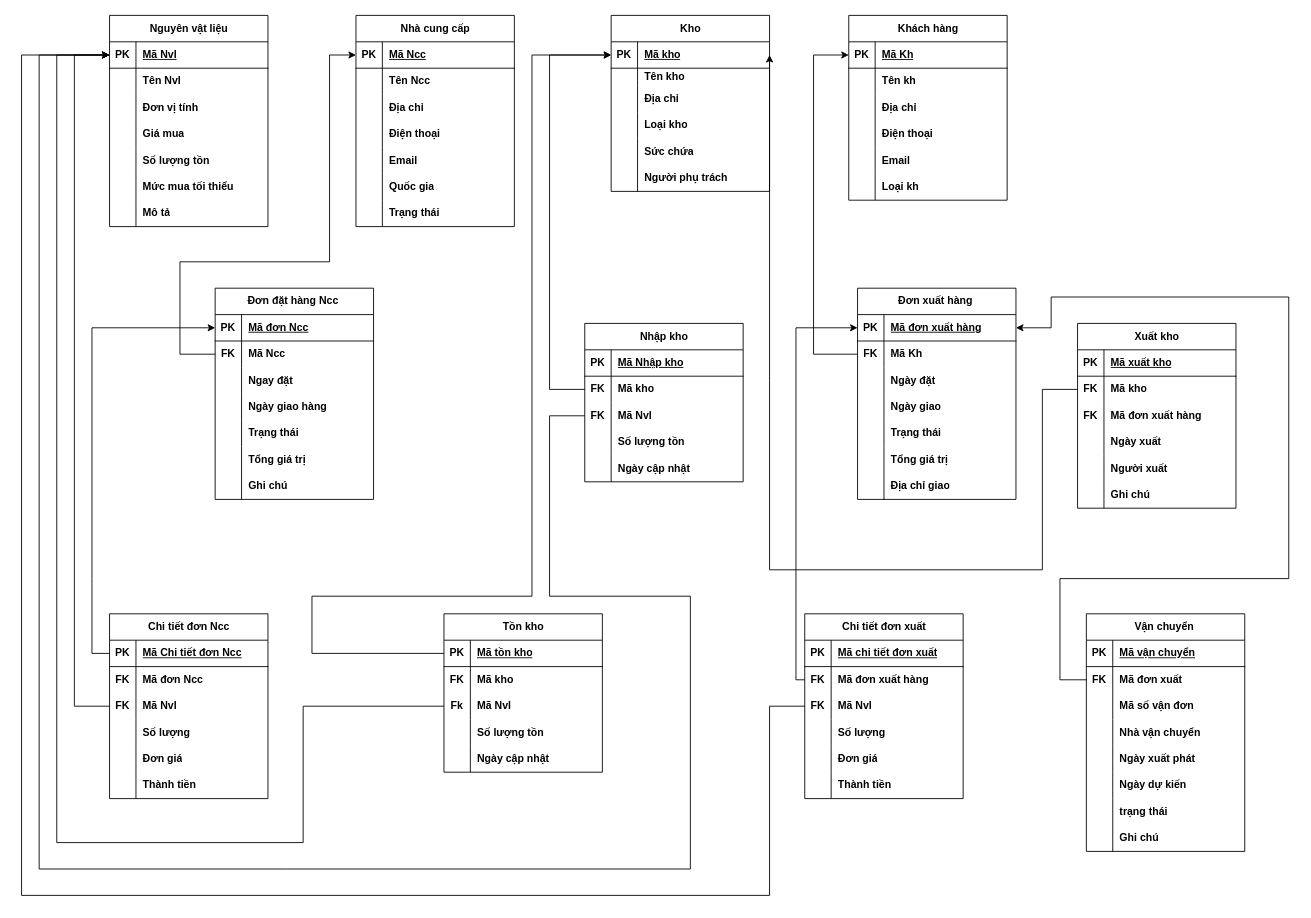
Before: Tuan/Mô hình quan hệ_RM.drawio in NVTUAN-681/BTL-CSDL, a draw.io diagram. Source tidied: cells renumbered, new cells numbered last; positions are measured from the earlier drawing's top-left corner, leaving out a move shared by most shapes. Both pictures are drawn from the tidied source at 88%, with x=0, y=0 at pixel (21, 15).
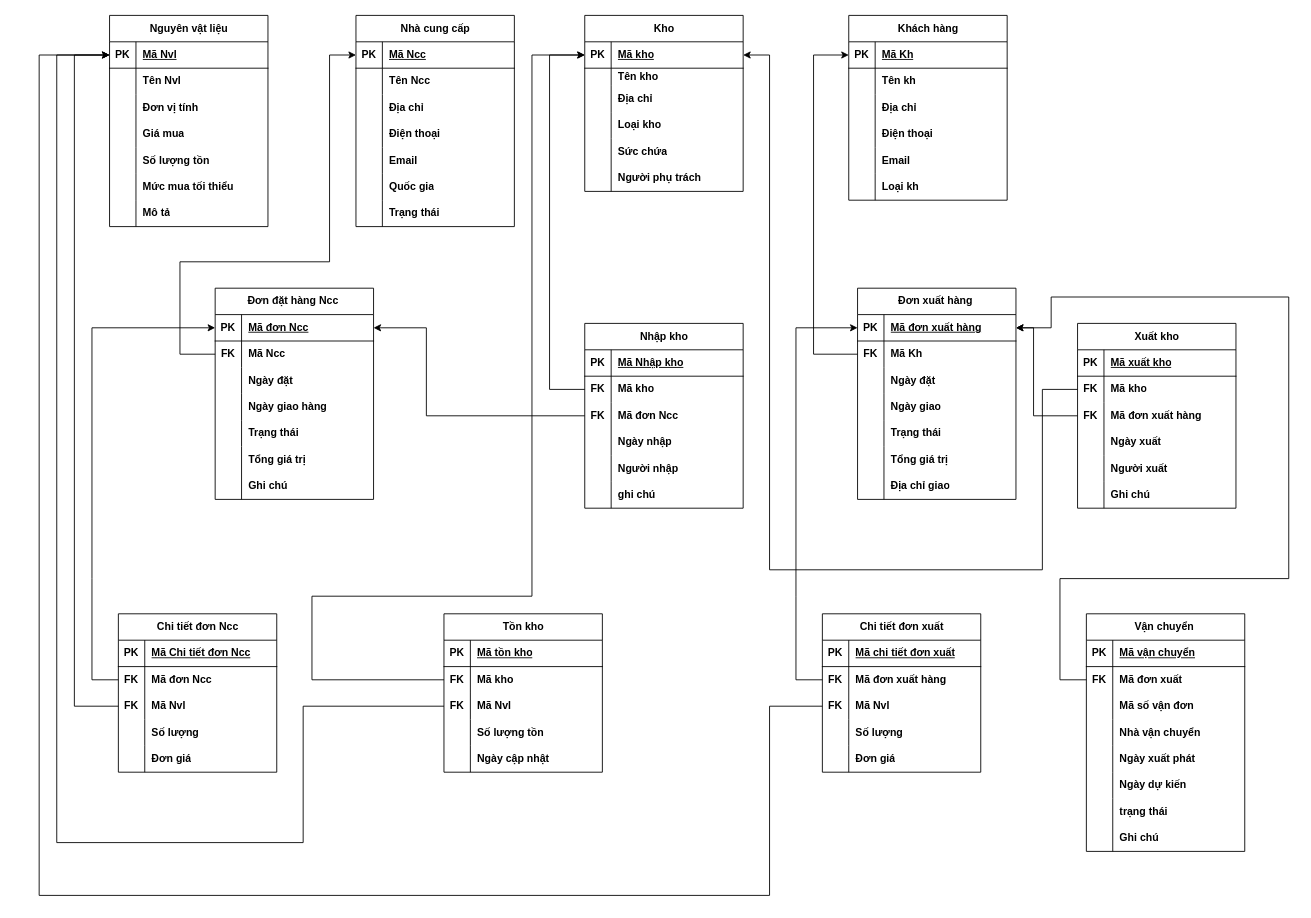
Above is the later version.

Unchanged cells that the change refers to:
```xml
<mxCell id="25" style="shape=tableRow;horizontal=0;startSize=0;swimlaneHead=0;swimlaneBody=0;fillColor=none;points=[[0,0.5],[1,0.5]];portConstraint=eastwest;top=0;left=0;right=0;bottom=1;strokeColor=default;align=center;verticalAlign=middle;fontFamily=Helvetica;fontSize=12;fontColor=default;fontStyle=1;" parent="24" vertex="1">
  <mxGeometry y="30" width="180" height="30" as="geometry" />
</mxCell>
<mxCell id="66" style="shape=tableRow;horizontal=0;startSize=0;swimlaneHead=0;swimlaneBody=0;fillColor=none;points=[[0,0.5],[1,0.5]];portConstraint=eastwest;top=0;left=0;right=0;bottom=1;strokeColor=default;align=center;verticalAlign=middle;fontFamily=Helvetica;fontSize=12;fontColor=default;fontStyle=1;" parent="65" vertex="1">
  <mxGeometry y="30" width="180" height="30" as="geometry" />
</mxCell>
<mxCell id="72" style="shape=tableRow;horizontal=0;startSize=0;swimlaneHead=0;swimlaneBody=0;fillColor=none;top=0;left=0;right=0;bottom=0;strokeColor=default;align=center;verticalAlign=middle;fontFamily=Helvetica;fontSize=12;fontColor=default;fontStyle=1;" parent="65" vertex="1">
  <mxGeometry y="90" width="180" height="30" as="geometry" />
</mxCell>
<mxCell id="89" style="shape=tableRow;horizontal=0;startSize=0;swimlaneHead=0;swimlaneBody=0;fillColor=none;points=[[0,0.5],[1,0.5]];portConstraint=eastwest;top=0;left=0;right=0;bottom=1;strokeColor=default;align=center;verticalAlign=middle;fontFamily=Helvetica;fontSize=12;fontColor=default;fontStyle=1;" parent="88" vertex="1">
  <mxGeometry y="30" width="180" height="30" as="geometry" />
</mxCell>
<mxCell id="92" style="shape=tableRow;horizontal=0;startSize=0;swimlaneHead=0;swimlaneBody=0;fillColor=none;points=[[0,0.5],[1,0.5]];portConstraint=eastwest;top=0;left=0;right=0;bottom=0;strokeColor=default;align=center;verticalAlign=middle;fontFamily=Helvetica;fontSize=12;fontColor=default;fontStyle=1;" parent="88" vertex="1">
  <mxGeometry y="60" width="180" height="30" as="geometry" />
</mxCell>
<mxCell id="116" style="shape=tableRow;horizontal=0;startSize=0;swimlaneHead=0;swimlaneBody=0;fillColor=none;points=[[0,0.5],[1,0.5]];portConstraint=eastwest;top=0;left=0;right=0;bottom=0;strokeColor=default;align=center;verticalAlign=middle;fontFamily=Helvetica;fontSize=12;fontColor=default;fontStyle=1;" parent="109" vertex="1">
  <mxGeometry y="90" width="180" height="30" as="geometry" />
</mxCell>
<mxCell id="119" style="shape=tableRow;horizontal=0;startSize=0;swimlaneHead=0;swimlaneBody=0;fillColor=none;top=0;left=0;right=0;bottom=0;strokeColor=default;align=center;verticalAlign=middle;fontFamily=Helvetica;fontSize=12;fontColor=default;fontStyle=1;" parent="109" vertex="1">
  <mxGeometry y="120" width="180" height="30" as="geometry" />
</mxCell>
<mxCell id="122" style="shape=tableRow;horizontal=0;startSize=0;swimlaneHead=0;swimlaneBody=0;fillColor=none;top=0;left=0;right=0;bottom=0;strokeColor=default;align=center;verticalAlign=middle;fontFamily=Helvetica;fontSize=12;fontColor=default;fontStyle=1;" parent="109" vertex="1">
  <mxGeometry y="150" width="180" height="30" as="geometry" />
</mxCell>
<mxCell id="128" style="shape=tableRow;horizontal=0;startSize=0;swimlaneHead=0;swimlaneBody=0;fillColor=none;points=[[0,0.5],[1,0.5]];portConstraint=eastwest;top=0;left=0;right=0;bottom=1;strokeColor=default;align=center;verticalAlign=middle;fontFamily=Helvetica;fontSize=12;fontColor=default;fontStyle=1;" parent="127" vertex="1">
  <mxGeometry y="30" width="180" height="30" as="geometry" />
</mxCell>
<mxCell id="157" style="shape=tableRow;horizontal=0;startSize=0;swimlaneHead=0;swimlaneBody=0;fillColor=none;points=[[0,0.5],[1,0.5]];portConstraint=eastwest;top=0;left=0;right=0;bottom=0;strokeColor=default;align=center;verticalAlign=middle;fontFamily=Helvetica;fontSize=12;fontColor=default;fontStyle=1;" parent="150" vertex="1">
  <mxGeometry y="90" width="180" height="30" as="geometry" />
</mxCell>
<mxCell id="175" style="shape=tableRow;horizontal=0;startSize=0;swimlaneHead=0;swimlaneBody=0;fillColor=none;points=[[0,0.5],[1,0.5]];portConstraint=eastwest;top=0;left=0;right=0;bottom=0;strokeColor=default;align=center;verticalAlign=middle;fontFamily=Helvetica;fontSize=12;fontColor=default;fontStyle=1;" parent="171" vertex="1">
  <mxGeometry y="60" width="180" height="30" as="geometry" />
</mxCell>
<mxCell id="178" style="shape=tableRow;horizontal=0;startSize=0;swimlaneHead=0;swimlaneBody=0;fillColor=none;points=[[0,0.5],[1,0.5]];portConstraint=eastwest;top=0;left=0;right=0;bottom=0;strokeColor=default;align=center;verticalAlign=middle;fontFamily=Helvetica;fontSize=12;fontColor=default;fontStyle=1;" parent="171" vertex="1">
  <mxGeometry y="90" width="180" height="30" as="geometry" />
</mxCell>
<mxCell id="218" style="shape=tableRow;horizontal=0;startSize=0;swimlaneHead=0;swimlaneBody=0;fillColor=none;points=[[0,0.5],[1,0.5]];portConstraint=eastwest;top=0;left=0;right=0;bottom=1;strokeColor=default;align=center;verticalAlign=middle;fontFamily=Helvetica;fontSize=12;fontColor=default;fontStyle=1;" parent="217" vertex="1">
  <mxGeometry y="30" width="180" height="30" as="geometry" />
</mxCell>
<mxCell id="221" style="shape=tableRow;horizontal=0;startSize=0;swimlaneHead=0;swimlaneBody=0;fillColor=none;points=[[0,0.5],[1,0.5]];portConstraint=eastwest;top=0;left=0;right=0;bottom=0;strokeColor=default;align=center;verticalAlign=middle;fontFamily=Helvetica;fontSize=12;fontColor=default;fontStyle=1;" parent="217" vertex="1">
  <mxGeometry y="60" width="180" height="30" as="geometry" />
</mxCell>
<mxCell id="224" style="shape=tableRow;horizontal=0;startSize=0;swimlaneHead=0;swimlaneBody=0;fillColor=none;points=[[0,0.5],[1,0.5]];portConstraint=eastwest;top=0;left=0;right=0;bottom=0;strokeColor=default;align=center;verticalAlign=middle;fontFamily=Helvetica;fontSize=12;fontColor=default;fontStyle=1;" parent="217" vertex="1">
  <mxGeometry y="90" width="180" height="30" as="geometry" />
</mxCell>
<mxCell id="236" style="shape=tableRow;horizontal=0;startSize=0;swimlaneHead=0;swimlaneBody=0;fillColor=none;points=[[0,0.5],[1,0.5]];portConstraint=eastwest;top=0;left=0;right=0;bottom=1;strokeColor=default;align=center;verticalAlign=middle;fontFamily=Helvetica;fontSize=12;fontColor=default;fontStyle=1;" parent="235" vertex="1">
  <mxGeometry y="30" width="180" height="30" as="geometry" />
</mxCell>
```

Change to the diagram source:
```diff
@@
-    <mxCell id="74" value="Ngay đặt" style="shape=partialRectangle;fillColor=none;top=0;left=0;bottom=0;right=0;align=left;spacingLeft=6;overflow=hidden;whiteSpace=wrap;html=1;strokeColor=default;verticalAlign=middle;fontFamily=Helvetica;fontSize=12;fontColor=default;fontStyle=1;" parent="72" vertex="1">
+    <mxCell id="74" value="Ngày đặt" style="shape=partialRectangle;fillColor=none;top=0;left=0;bottom=0;right=0;align=left;spacingLeft=6;overflow=hidden;whiteSpace=wrap;html=1;strokeColor=default;verticalAlign=middle;fontFamily=Helvetica;fontSize=12;fontColor=default;fontStyle=1;" parent="72" vertex="1">
       <mxGeometry x="30" width="150" height="30" as="geometry" />
     </mxCell>
@@
     <mxCell id="88" value="Chi tiết đơn Ncc" style="shape=table;startSize=30;childLayout=tableLayout;rowLines=0;fontStyle=1;align=center;html=1;strokeColor=default;verticalAlign=middle;fontFamily=Helvetica;fontSize=12;fontColor=default;fillColor=default;" parent="1" vertex="1">
-      <mxGeometry x="100" y="680" width="180" height="210" as="geometry" />
+      <mxGeometry x="110" y="680" width="180" height="180" as="geometry" />
     </mxCell>
@@
-    <mxCell id="104" style="shape=tableRow;horizontal=0;startSize=0;swimlaneHead=0;swimlaneBody=0;fillColor=none;top=0;left=0;right=0;bottom=0;strokeColor=default;align=center;verticalAlign=middle;fontFamily=Helvetica;fontSize=12;fontColor=default;fontStyle=1;" parent="88" vertex="1">
-      <mxGeometry y="180" width="180" height="30" as="geometry" />
-    </mxCell>
-    <mxCell id="105" style="shape=partialRectangle;fillColor=none;top=0;left=0;bottom=0;right=0;overflow=hidden;whiteSpace=wrap;html=1;strokeColor=default;align=center;verticalAlign=middle;fontFamily=Helvetica;fontSize=12;fontColor=default;fontStyle=1;" parent="104" vertex="1">
-      <mxGeometry width="30" height="30" as="geometry" />
-    </mxCell>
-    <mxCell id="106" value="Thành tiền" style="shape=partialRectangle;fillColor=none;top=0;left=0;bottom=0;right=0;align=left;spacingLeft=6;overflow=hidden;whiteSpace=wrap;html=1;strokeColor=default;verticalAlign=middle;fontFamily=Helvetica;fontSize=12;fontColor=default;fontStyle=1;" parent="104" vertex="1">
-      <mxGeometry x="30" width="150" height="30" as="geometry" />
-    </mxCell>
@@
-    <mxCell id="108" style="endArrow=classic;html=1;rounded=0;fontFamily=Helvetica;fontSize=12;fontColor=default;fontStyle=1;entryX=0;entryY=0.5;entryDx=0;entryDy=0;exitX=0;exitY=0.5;exitDx=0;exitDy=0;" parent="1" edge="1" source="89" target="66">
+    <mxCell id="108" style="endArrow=classic;html=1;rounded=0;fontFamily=Helvetica;fontSize=12;fontColor=default;fontStyle=1;entryX=0;entryY=0.5;entryDx=0;entryDy=0;exitX=0;exitY=0.5;exitDx=0;exitDy=0;" parent="1" edge="1" source="92" target="66">
       <mxGeometry relative="1" as="geometry">
         <Array as="points">
-          <mxPoint x="80" y="725" />
+          <mxPoint x="80" y="755" />
           <mxPoint x="80" y="640" />
           <mxPoint x="80" y="355" />
         </Array>
       </mxGeometry>
     </mxCell>
     <mxCell id="109" value="Nhập kho" style="shape=table;startSize=30;childLayout=tableLayout;rowLines=0;fontStyle=1;align=center;html=1;strokeColor=default;verticalAlign=middle;fontFamily=Helvetica;fontSize=12;fontColor=default;fillColor=default;" parent="1" vertex="1">
-      <mxGeometry x="640" y="350" width="180" height="180" as="geometry" />
+      <mxGeometry x="640" y="350" width="180" height="210" as="geometry" />
     </mxCell>
@@
-    <mxCell id="118" value="Mã Nvl" style="shape=partialRectangle;fillColor=none;top=0;left=0;bottom=0;right=0;align=left;spacingLeft=6;overflow=hidden;whiteSpace=wrap;html=1;strokeColor=default;verticalAlign=middle;fontFamily=Helvetica;fontSize=12;fontColor=default;fontStyle=1;" parent="116" vertex="1">
+    <mxCell id="118" value="Mã đơn Ncc" style="shape=partialRectangle;fillColor=none;top=0;left=0;bottom=0;right=0;align=left;spacingLeft=6;overflow=hidden;whiteSpace=wrap;html=1;strokeColor=default;verticalAlign=middle;fontFamily=Helvetica;fontSize=12;fontColor=default;fontStyle=1;" parent="116" vertex="1">
       <mxGeometry x="30" width="150" height="30" as="geometry" />
     </mxCell>
@@
-    <mxCell id="121" value="Số lượng tồn" style="shape=partialRectangle;fillColor=none;top=0;left=0;bottom=0;right=0;align=left;spacingLeft=6;overflow=hidden;whiteSpace=wrap;html=1;strokeColor=default;verticalAlign=middle;fontFamily=Helvetica;fontSize=12;fontColor=default;fontStyle=1;" parent="119" vertex="1">
+    <mxCell id="121" value="Ngày nhập" style="shape=partialRectangle;fillColor=none;top=0;left=0;bottom=0;right=0;align=left;spacingLeft=6;overflow=hidden;whiteSpace=wrap;html=1;strokeColor=default;verticalAlign=middle;fontFamily=Helvetica;fontSize=12;fontColor=default;fontStyle=1;" parent="119" vertex="1">
       <mxGeometry x="30" width="150" height="30" as="geometry" />
     </mxCell>
@@
-    <mxCell id="124" value="Ngày cập nhật" style="shape=partialRectangle;fillColor=none;top=0;left=0;bottom=0;right=0;align=left;spacingLeft=6;overflow=hidden;whiteSpace=wrap;html=1;strokeColor=default;verticalAlign=middle;fontFamily=Helvetica;fontSize=12;fontColor=default;fontStyle=1;" parent="122" vertex="1">
+    <mxCell id="124" value="Người nhập" style="shape=partialRectangle;fillColor=none;top=0;left=0;bottom=0;right=0;align=left;spacingLeft=6;overflow=hidden;whiteSpace=wrap;html=1;strokeColor=default;verticalAlign=middle;fontFamily=Helvetica;fontSize=12;fontColor=default;fontStyle=1;" parent="122" vertex="1">
       <mxGeometry x="30" width="150" height="30" as="geometry" />
     </mxCell>
-    <mxCell id="125" style="endArrow=classic;html=1;rounded=0;fontFamily=Helvetica;fontSize=12;fontColor=default;fontStyle=1;exitX=0;exitY=0.5;exitDx=0;exitDy=0;entryX=0;entryY=0.5;entryDx=0;entryDy=0;" parent="1" edge="1" source="116" target="25">
-      <mxGeometry relative="1" as="geometry">
-        <Array as="points">
-          <mxPoint x="600" y="455" />
-          <mxPoint x="600" y="660" />
-          <mxPoint x="760" y="660" />
-          <mxPoint x="760" y="970" />
-          <mxPoint x="300" y="970" />
-          <mxPoint x="20" y="970" />
-          <mxPoint x="20" y="45" />
-        </Array>
-      </mxGeometry>
-    </mxCell>
+    <mxCell id="254" style="shape=tableRow;horizontal=0;startSize=0;swimlaneHead=0;swimlaneBody=0;fillColor=none;top=0;left=0;right=0;bottom=0;strokeColor=default;align=center;verticalAlign=middle;fontFamily=Helvetica;fontSize=12;fontColor=default;fontStyle=1;" parent="109" vertex="1">
+      <mxGeometry y="180" width="180" height="30" as="geometry" />
+    </mxCell>
+    <mxCell id="255" style="shape=partialRectangle;fillColor=none;top=0;left=0;bottom=0;right=0;overflow=hidden;whiteSpace=wrap;html=1;strokeColor=default;align=center;verticalAlign=middle;fontFamily=Helvetica;fontSize=12;fontColor=default;fontStyle=1;" parent="254" vertex="1">
+      <mxGeometry width="30" height="30" as="geometry" />
+    </mxCell>
+    <mxCell id="256" value="ghi chú" style="shape=partialRectangle;fillColor=none;top=0;left=0;bottom=0;right=0;align=left;spacingLeft=6;overflow=hidden;whiteSpace=wrap;html=1;strokeColor=default;verticalAlign=middle;fontFamily=Helvetica;fontSize=12;fontColor=default;fontStyle=1;" parent="254" vertex="1">
+      <mxGeometry x="30" width="150" height="30" as="geometry" />
+    </mxCell>
@@
     <mxCell id="150" value="Chi tiết đơn xuất" style="shape=table;startSize=30;childLayout=tableLayout;rowLines=0;fontStyle=1;align=center;html=1;strokeColor=default;verticalAlign=middle;fontFamily=Helvetica;fontSize=12;fontColor=default;fillColor=default;" parent="1" vertex="1">
-      <mxGeometry x="890" y="680" width="180" height="210" as="geometry" />
+      <mxGeometry x="910" y="680" width="180" height="180" as="geometry" />
     </mxCell>
@@
-    <mxCell id="166" style="shape=tableRow;horizontal=0;startSize=0;swimlaneHead=0;swimlaneBody=0;fillColor=none;top=0;left=0;right=0;bottom=0;strokeColor=default;align=center;verticalAlign=middle;fontFamily=Helvetica;fontSize=12;fontColor=default;fontStyle=1;" parent="150" vertex="1">
-      <mxGeometry y="180" width="180" height="30" as="geometry" />
-    </mxCell>
-    <mxCell id="167" style="shape=partialRectangle;fillColor=none;top=0;left=0;bottom=0;right=0;overflow=hidden;whiteSpace=wrap;html=1;strokeColor=default;align=center;verticalAlign=middle;fontFamily=Helvetica;fontSize=12;fontColor=default;fontStyle=1;" parent="166" vertex="1">
-      <mxGeometry width="30" height="30" as="geometry" />
-    </mxCell>
-    <mxCell id="168" value="Thành tiền&amp;nbsp;" style="shape=partialRectangle;fillColor=none;top=0;left=0;bottom=0;right=0;align=left;spacingLeft=6;overflow=hidden;whiteSpace=wrap;html=1;strokeColor=default;verticalAlign=middle;fontFamily=Helvetica;fontSize=12;fontColor=default;fontStyle=1;" parent="166" vertex="1">
-      <mxGeometry x="30" width="150" height="30" as="geometry" />
-    </mxCell>
     <mxCell id="169" style="endArrow=classic;html=1;rounded=0;fontFamily=Helvetica;fontSize=12;fontColor=default;fontStyle=1;entryX=0;entryY=0.5;entryDx=0;entryDy=0;exitX=0;exitY=0.5;exitDx=0;exitDy=0;" parent="1" edge="1" source="157" target="25">
       <mxGeometry relative="1" as="geometry">
         <Array as="points">
           <mxPoint x="850" y="785" />
           <mxPoint x="850" y="1000" />
-          <mxPoint y="1000" />
-          <mxPoint y="45" />
+          <mxPoint x="20" y="1000" />
+          <mxPoint x="20" y="45" />
         </Array>
       </mxGeometry>
     </mxCell>
@@
     <mxCell id="190" style="endArrow=classic;html=1;rounded=0;fontFamily=Helvetica;fontSize=12;fontColor=default;fontStyle=1;exitX=0;exitY=0.5;exitDx=0;exitDy=0;entryX=1;entryY=0.5;entryDx=0;entryDy=0;" parent="1" edge="1" source="175" target="236">
       <mxGeometry relative="1" as="geometry">
         <Array as="points">
           <mxPoint x="1160" y="425" />
           <mxPoint x="1160" y="630" />
           <mxPoint x="850" y="630" />
-          <mxPoint x="850" y="415" />
+          <mxPoint x="850" y="45" />
         </Array>
       </mxGeometry>
     </mxCell>
@@
-    <mxCell id="225" value="Fk" style="shape=partialRectangle;fillColor=none;top=0;left=0;bottom=0;right=0;overflow=hidden;whiteSpace=wrap;html=1;strokeColor=default;align=center;verticalAlign=middle;fontFamily=Helvetica;fontSize=12;fontColor=default;fontStyle=1;" parent="224" vertex="1">
+    <mxCell id="225" value="FK" style="shape=partialRectangle;fillColor=none;top=0;left=0;bottom=0;right=0;overflow=hidden;whiteSpace=wrap;html=1;strokeColor=default;align=center;verticalAlign=middle;fontFamily=Helvetica;fontSize=12;fontColor=default;fontStyle=1;" parent="224" vertex="1">
       <mxGeometry width="30" height="30" as="geometry" />
     </mxCell>
@@
-    <mxCell id="234" style="endArrow=classic;html=1;rounded=0;fontFamily=Helvetica;fontSize=12;fontColor=default;fontStyle=1;entryX=0;entryY=0.5;entryDx=0;entryDy=0;exitX=0;exitY=0.5;exitDx=0;exitDy=0;" parent="1" edge="1" source="218" target="236">
+    <mxCell id="234" style="endArrow=classic;html=1;rounded=0;fontFamily=Helvetica;fontSize=12;fontColor=default;fontStyle=1;entryX=0;entryY=0.5;entryDx=0;entryDy=0;exitX=0;exitY=0.5;exitDx=0;exitDy=0;" parent="1" edge="1" source="221" target="236">
       <mxGeometry relative="1" as="geometry">
         <Array as="points">
-          <mxPoint x="330" y="725" />
+          <mxPoint x="330" y="755" />
           <mxPoint x="330" y="660" />
           <mxPoint x="580" y="660" />
           <mxPoint x="580" y="45" />
         </Array>
       </mxGeometry>
     </mxCell>
     <mxCell id="235" value="Kho" style="shape=table;startSize=30;childLayout=tableLayout;rowLines=0;fontStyle=1;align=center;html=1;strokeColor=default;verticalAlign=middle;fontFamily=Helvetica;fontSize=12;fontColor=default;fillColor=default;" parent="1" vertex="1">
-      <mxGeometry x="670" width="180" height="200" as="geometry" />
+      <mxGeometry x="640" width="180" height="200" as="geometry" />
     </mxCell>
@@
+    <mxCell id="257" style="endArrow=classic;html=1;rounded=0;entryX=1;entryY=0.5;entryDx=0;entryDy=0;exitX=0;exitY=0.5;exitDx=0;exitDy=0;" parent="1" edge="1" source="178" target="128">
+      <mxGeometry relative="1" as="geometry">
+        <Array as="points">
+          <mxPoint x="1150" y="455" />
+          <mxPoint x="1150" y="355" />
+        </Array>
+      </mxGeometry>
+    </mxCell>
+    <mxCell id="258" style="endArrow=classic;html=1;rounded=0;entryX=1;entryY=0.5;entryDx=0;entryDy=0;exitX=0;exitY=0.5;exitDx=0;exitDy=0;" parent="1" edge="1" source="116" target="66">
+      <mxGeometry relative="1" as="geometry">
+        <Array as="points">
+          <mxPoint x="460" y="455" />
+          <mxPoint x="460" y="355" />
+        </Array>
+      </mxGeometry>
+    </mxCell>
```
